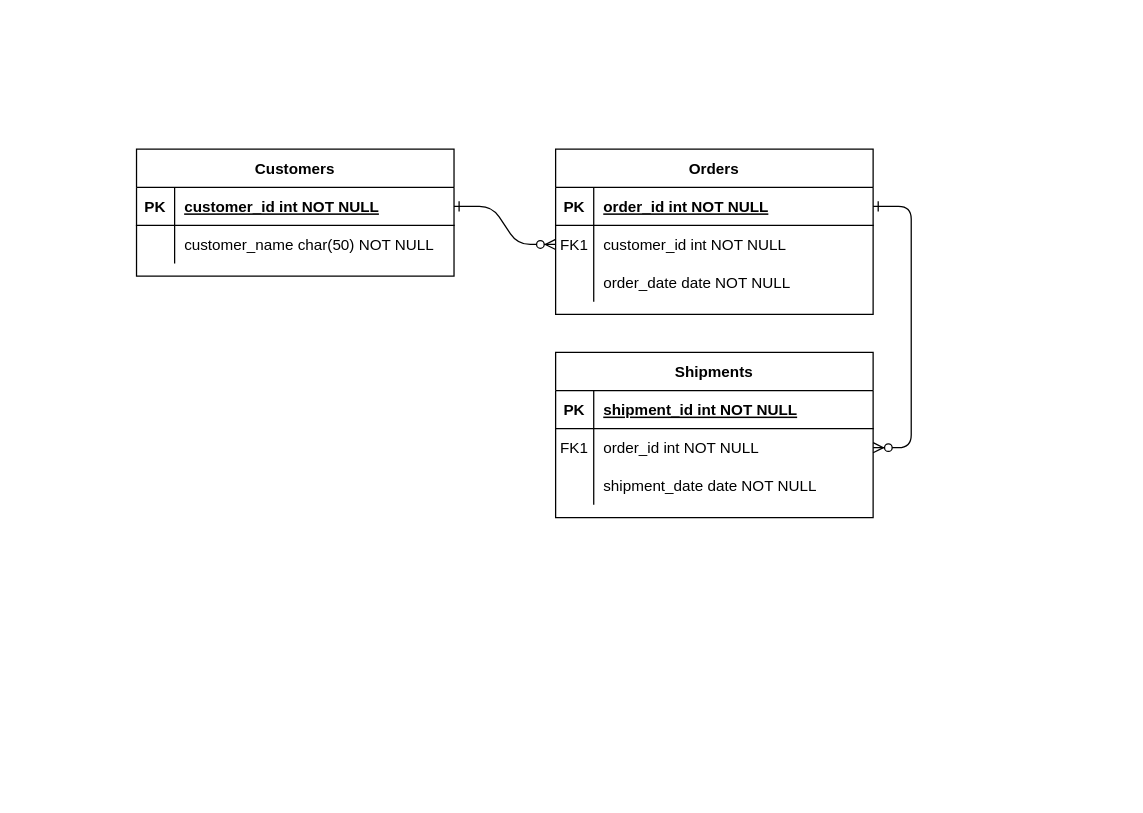
Above: Primary and FK Challenges.drawio in jordansaker/ERDs (draw.io), before the change. Source tidied: cells renumbered, new cells numbered last; positions are measured from the earlier drawing's top-left corner, leaving out a move shared by most shapes. Both pictures are drawn from the tidied source at 127%, with x=0, y=0 at pixel (136, 149).
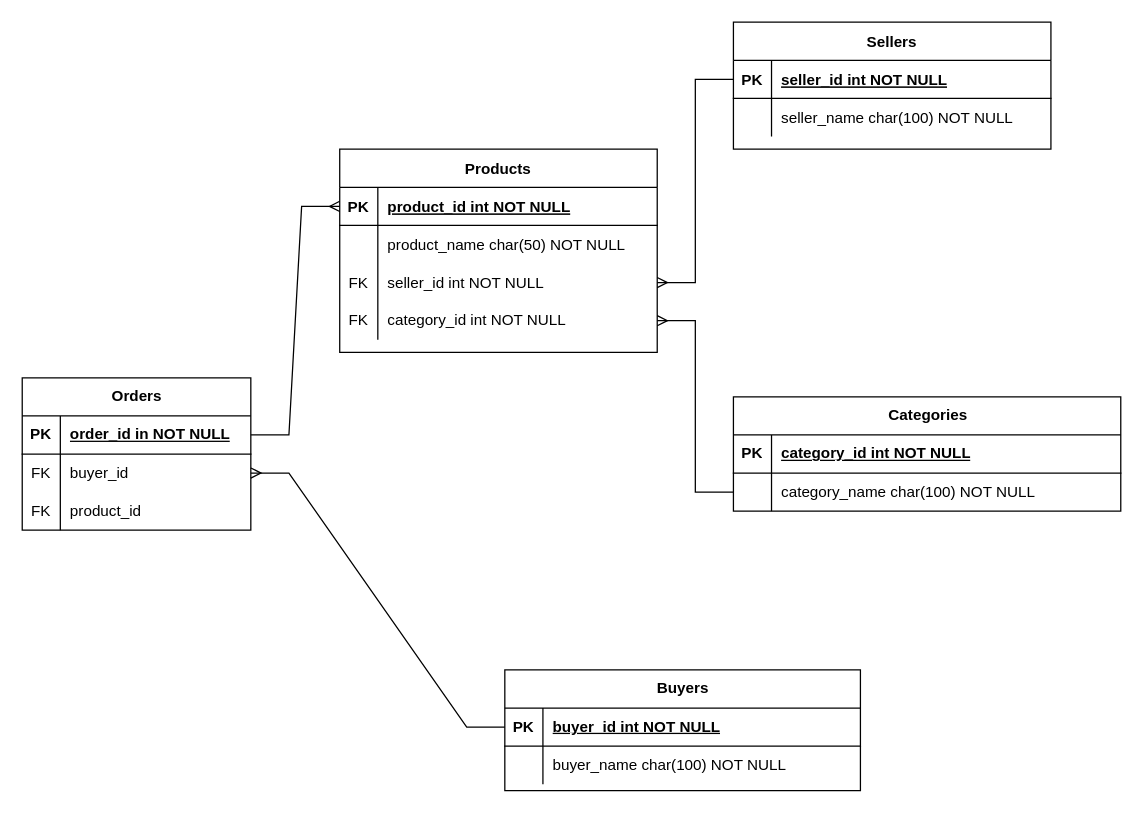
The same page after the edit.

The change refers to these unchanged cells:
```xml
<mxCell id="15" style="shape=partialRectangle;fillColor=none;points=[[0,0.5],[1,0.5]];portConstraint=eastwest;top=0;left=0;right=0;bottom=1;" parent="14" vertex="1">
  <mxGeometry y="30" width="250" height="30" as="geometry" />
</mxCell>
<mxCell id="25" style="shape=partialRectangle;fillColor=none;points=[[0,0.5],[1,0.5]];portConstraint=eastwest;top=0;left=0;right=0;bottom=1;" parent="24" vertex="1">
  <mxGeometry y="30" width="250" height="30" as="geometry" />
</mxCell>
<mxCell id="28" style="shape=partialRectangle;fillColor=none;top=0;left=0;right=0;bottom=0;" parent="24" vertex="1">
  <mxGeometry y="60" width="250" height="30" as="geometry" />
</mxCell>
```

What changed in the source:
```diff
@@
-    <mxCell id="2" style="edgeStyle=entityRelationEdgeStyle;endArrow=ERzeroToMany;startArrow=ERone;endFill=1;startFill=0;" parent="1" edge="1" source="25" target="8">
-      <mxGeometry relative="1" as="geometry" />
-    </mxCell>
-    <mxCell id="3" style="edgeStyle=entityRelationEdgeStyle;endArrow=ERzeroToMany;startArrow=ERone;endFill=1;startFill=0;" parent="1" edge="1" source="5" target="18">
-      <mxGeometry relative="1" as="geometry" />
-    </mxCell>
-    <mxCell id="4" value="Orders" style="shape=table;startSize=30;childLayout=tableLayout;rowLines=0;fontStyle=1;align=center;" parent="1" vertex="1">
-      <mxGeometry x="330" width="250" height="130" as="geometry" />
-    </mxCell>
-    <mxCell id="5" style="shape=partialRectangle;fillColor=none;points=[[0,0.5],[1,0.5]];portConstraint=eastwest;top=0;left=0;right=0;bottom=1;" parent="4" vertex="1">
-      <mxGeometry y="30" width="250" height="30" as="geometry" />
-    </mxCell>
-    <mxCell id="6" value="PK" style="shape=partialRectangle;overflow=hidden;fillColor=none;top=0;left=0;bottom=0;right=0;fontStyle=1;" parent="5" vertex="1">
-      <mxGeometry width="30" height="30" as="geometry" />
-    </mxCell>
-    <mxCell id="7" value="order_id int NOT NULL " style="shape=partialRectangle;overflow=hidden;fillColor=none;top=0;left=0;bottom=0;right=0;align=left;spacingLeft=6;fontStyle=5;" parent="5" vertex="1">
-      <mxGeometry x="30" width="220" height="30" as="geometry" />
-    </mxCell>
-    <mxCell id="8" style="shape=partialRectangle;fillColor=none;points=[[0,0.5],[1,0.5]];portConstraint=eastwest;top=0;left=0;right=0;bottom=0;" parent="4" vertex="1">
-      <mxGeometry y="60" width="250" height="30" as="geometry" />
-    </mxCell>
-    <mxCell id="9" value="FK1" style="shape=partialRectangle;overflow=hidden;fillColor=none;top=0;left=0;bottom=0;right=0;" parent="8" vertex="1">
-      <mxGeometry width="30" height="30" as="geometry" />
-    </mxCell>
-    <mxCell id="10" value="customer_id int NOT NULL" style="shape=partialRectangle;overflow=hidden;fillColor=none;top=0;left=0;bottom=0;right=0;align=left;spacingLeft=6;" parent="8" vertex="1">
-      <mxGeometry x="30" width="220" height="30" as="geometry" />
-    </mxCell>
-    <mxCell id="11" style="shape=partialRectangle;fillColor=none;top=0;left=0;right=0;bottom=0;" parent="4" vertex="1">
-      <mxGeometry y="90" width="250" height="30" as="geometry" />
-    </mxCell>
-    <mxCell id="12" style="shape=partialRectangle;overflow=hidden;fillColor=none;top=0;left=0;bottom=0;right=0;" parent="11" vertex="1">
-      <mxGeometry width="30" height="30" as="geometry" />
-    </mxCell>
-    <mxCell id="13" value="order_date date NOT NULL" style="shape=partialRectangle;overflow=hidden;fillColor=none;top=0;left=0;bottom=0;right=0;align=left;spacingLeft=6;" parent="11" vertex="1">
-      <mxGeometry x="30" width="220" height="30" as="geometry" />
-    </mxCell>
-    <mxCell id="14" value="Shipments" style="shape=table;startSize=30;childLayout=tableLayout;rowLines=0;fontStyle=1;align=center;" parent="1" vertex="1">
-      <mxGeometry x="330" y="160" width="250" height="130" as="geometry" />
+    <mxCell id="14" value="Sellers" style="shape=table;startSize=30;childLayout=tableLayout;rowLines=0;fontStyle=1;align=center;" parent="1" vertex="1">
+      <mxGeometry x="470" y="-100" width="250" height="100" as="geometry" />
     </mxCell>
@@
-    <mxCell id="17" value="shipment_id int NOT NULL " style="shape=partialRectangle;overflow=hidden;fillColor=none;top=0;left=0;bottom=0;right=0;align=left;spacingLeft=6;fontStyle=5;" parent="15" vertex="1">
+    <mxCell id="17" value="seller_id int NOT NULL " style="shape=partialRectangle;overflow=hidden;fillColor=none;top=0;left=0;bottom=0;right=0;align=left;spacingLeft=6;fontStyle=5;" parent="15" vertex="1">
       <mxGeometry x="30" width="220" height="30" as="geometry" />
     </mxCell>
-    <mxCell id="18" style="shape=partialRectangle;fillColor=none;points=[[0,0.5],[1,0.5]];portConstraint=eastwest;top=0;left=0;right=0;bottom=0;" parent="14" vertex="1">
-      <mxGeometry y="60" width="250" height="30" as="geometry" />
-    </mxCell>
-    <mxCell id="19" value="FK1" style="shape=partialRectangle;overflow=hidden;fillColor=none;top=0;left=0;bottom=0;right=0;" parent="18" vertex="1">
-      <mxGeometry width="30" height="30" as="geometry" />
-    </mxCell>
-    <mxCell id="20" value="order_id int NOT NULL" style="shape=partialRectangle;overflow=hidden;fillColor=none;top=0;left=0;bottom=0;right=0;align=left;spacingLeft=6;" parent="18" vertex="1">
-      <mxGeometry x="30" width="220" height="30" as="geometry" />
-    </mxCell>
     <mxCell id="21" style="shape=partialRectangle;fillColor=none;top=0;left=0;right=0;bottom=0;" parent="14" vertex="1">
-      <mxGeometry y="90" width="250" height="30" as="geometry" />
+      <mxGeometry y="60" width="250" height="30" as="geometry" />
     </mxCell>
@@
-    <mxCell id="23" value="shipment_date date NOT NULL" style="shape=partialRectangle;overflow=hidden;fillColor=none;top=0;left=0;bottom=0;right=0;align=left;spacingLeft=6;" parent="21" vertex="1">
+    <mxCell id="23" value="seller_name char(100) NOT NULL" style="shape=partialRectangle;overflow=hidden;fillColor=none;top=0;left=0;bottom=0;right=0;align=left;spacingLeft=6;" parent="21" vertex="1">
       <mxGeometry x="30" width="220" height="30" as="geometry" />
     </mxCell>
-    <mxCell id="24" value="Customers" style="shape=table;startSize=30;childLayout=tableLayout;rowLines=0;fontStyle=1;align=center;" parent="1" vertex="1">
-      <mxGeometry width="250" height="100" as="geometry" />
+    <mxCell id="24" value="Products" style="shape=table;startSize=30;childLayout=tableLayout;rowLines=0;fontStyle=1;align=center;" parent="1" vertex="1">
+      <mxGeometry x="160" width="250" height="160" as="geometry" />
     </mxCell>
@@
-    <mxCell id="27" value="customer_id int NOT NULL " style="shape=partialRectangle;overflow=hidden;fillColor=none;top=0;left=0;bottom=0;right=0;align=left;spacingLeft=6;fontStyle=5;" parent="25" vertex="1">
+    <mxCell id="27" value="product_id int NOT NULL " style="shape=partialRectangle;overflow=hidden;fillColor=none;top=0;left=0;bottom=0;right=0;align=left;spacingLeft=6;fontStyle=5;" parent="25" vertex="1">
       <mxGeometry x="30" width="220" height="30" as="geometry" />
     </mxCell>
@@
-    <mxCell id="30" value="customer_name char(50) NOT NULL" style="shape=partialRectangle;overflow=hidden;fillColor=none;top=0;left=0;bottom=0;right=0;align=left;spacingLeft=6;" parent="28" vertex="1">
+    <mxCell id="30" value="product_name char(50) NOT NULL" style="shape=partialRectangle;overflow=hidden;fillColor=none;top=0;left=0;bottom=0;right=0;align=left;spacingLeft=6;" parent="28" vertex="1">
       <mxGeometry x="30" width="220" height="30" as="geometry" />
     </mxCell>
+    <mxCell id="31" style="shape=tableRow;horizontal=0;startSize=0;swimlaneHead=0;swimlaneBody=0;fillColor=none;points=[[0,0.5],[1,0.5]];portConstraint=eastwest;top=0;left=0;right=0;bottom=0;" parent="24" vertex="1">
+      <mxGeometry y="90" width="250" height="30" as="geometry" />
+    </mxCell>
+    <mxCell id="32" value="FK" style="shape=partialRectangle;fillColor=none;top=0;left=0;bottom=0;right=0;overflow=hidden;" parent="31" vertex="1">
+      <mxGeometry width="30" height="30" as="geometry" />
+    </mxCell>
+    <mxCell id="33" value="seller_id int NOT NULL" style="shape=partialRectangle;fillColor=none;top=0;left=0;bottom=0;right=0;align=left;spacingLeft=6;overflow=hidden;" parent="31" vertex="1">
+      <mxGeometry x="30" width="220" height="30" as="geometry" />
+    </mxCell>
+    <mxCell id="34" style="shape=tableRow;horizontal=0;startSize=0;swimlaneHead=0;swimlaneBody=0;fillColor=none;points=[[0,0.5],[1,0.5]];portConstraint=eastwest;top=0;left=0;right=0;bottom=0;" parent="24" vertex="1">
+      <mxGeometry y="120" width="250" height="30" as="geometry" />
+    </mxCell>
+    <mxCell id="35" value="FK" style="shape=partialRectangle;fillColor=none;top=0;left=0;bottom=0;right=0;fontStyle=0;overflow=hidden;whiteSpace=wrap;html=1;" parent="34" vertex="1">
+      <mxGeometry width="30" height="30" as="geometry" />
+    </mxCell>
+    <mxCell id="36" value="category_id int NOT NULL" style="shape=partialRectangle;fillColor=none;top=0;left=0;bottom=0;right=0;align=left;spacingLeft=6;fontStyle=0;overflow=hidden;whiteSpace=wrap;html=1;" parent="34" vertex="1">
+      <mxGeometry x="30" width="220" height="30" as="geometry" />
+    </mxCell>
+    <mxCell id="4" value="Orders" style="shape=table;startSize=30;childLayout=tableLayout;rowLines=0;fontStyle=1;align=center;html=1;" parent="1" vertex="1">
+      <mxGeometry x="-90" y="180" width="180" height="120" as="geometry" />
+    </mxCell>
+    <mxCell id="37" style="shape=tableRow;horizontal=0;startSize=0;swimlaneHead=0;swimlaneBody=0;fillColor=none;points=[[0,0.5],[1,0.5]];portConstraint=eastwest;top=0;left=0;right=0;bottom=1;" parent="4" vertex="1">
+      <mxGeometry y="30" width="180" height="30" as="geometry" />
+    </mxCell>
+    <mxCell id="38" value="PK" style="shape=partialRectangle;fillColor=none;top=0;left=0;bottom=0;right=0;fontStyle=1;overflow=hidden;whiteSpace=wrap;html=1;" parent="37" vertex="1">
+      <mxGeometry width="30" height="30" as="geometry" />
+    </mxCell>
+    <mxCell id="39" value="order_id in NOT NULL" style="shape=partialRectangle;fillColor=none;top=0;left=0;bottom=0;right=0;align=left;spacingLeft=6;fontStyle=5;overflow=hidden;whiteSpace=wrap;html=1;" parent="37" vertex="1">
+      <mxGeometry x="30" width="150" height="30" as="geometry" />
+    </mxCell>
+    <mxCell id="40" style="shape=tableRow;horizontal=0;startSize=0;swimlaneHead=0;swimlaneBody=0;fillColor=none;points=[[0,0.5],[1,0.5]];portConstraint=eastwest;top=0;left=0;right=0;bottom=0;" parent="4" vertex="1">
+      <mxGeometry y="60" width="180" height="30" as="geometry" />
+    </mxCell>
+    <mxCell id="41" value="FK" style="shape=partialRectangle;fillColor=none;top=0;left=0;bottom=0;right=0;overflow=hidden;whiteSpace=wrap;html=1;" parent="40" vertex="1">
+      <mxGeometry width="30" height="30" as="geometry" />
+    </mxCell>
+    <mxCell id="42" value="buyer_id" style="shape=partialRectangle;fillColor=none;top=0;left=0;bottom=0;right=0;align=left;spacingLeft=6;overflow=hidden;whiteSpace=wrap;html=1;" parent="40" vertex="1">
+      <mxGeometry x="30" width="150" height="30" as="geometry" />
+    </mxCell>
+    <mxCell id="43" style="shape=tableRow;horizontal=0;startSize=0;swimlaneHead=0;swimlaneBody=0;fillColor=none;top=0;left=0;right=0;bottom=0;" parent="4" vertex="1">
+      <mxGeometry y="90" width="180" height="30" as="geometry" />
+    </mxCell>
+    <mxCell id="44" value="FK" style="shape=partialRectangle;fillColor=none;top=0;left=0;bottom=0;right=0;overflow=hidden;whiteSpace=wrap;html=1;" parent="43" vertex="1">
+      <mxGeometry width="30" height="30" as="geometry" />
+    </mxCell>
+    <mxCell id="45" value="product_id" style="shape=partialRectangle;fillColor=none;top=0;left=0;bottom=0;right=0;align=left;spacingLeft=6;overflow=hidden;whiteSpace=wrap;html=1;" parent="43" vertex="1">
+      <mxGeometry x="30" width="150" height="30" as="geometry" />
+    </mxCell>
+    <mxCell id="46" style="edgeStyle=entityRelationEdgeStyle;fontSize=12;html=1;endArrow=ERmany;rounded=0;entryX=1;entryY=0.5;entryDx=0;entryDy=0;exitX=0;exitY=0.5;exitDx=0;exitDy=0;" parent="1" edge="1" source="15" target="31">
+      <mxGeometry relative="1" as="geometry" />
+    </mxCell>
+    <mxCell id="47" value="Buyers" style="shape=table;startSize=30;childLayout=tableLayout;rowLines=0;fontStyle=1;align=center;html=1;" parent="1" vertex="1">
+      <mxGeometry x="290" y="410" width="280" height="95" as="geometry" />
+    </mxCell>
+    <mxCell id="48" style="shape=tableRow;horizontal=0;startSize=0;swimlaneHead=0;swimlaneBody=0;fillColor=none;points=[[0,0.5],[1,0.5]];portConstraint=eastwest;top=0;left=0;right=0;bottom=1;" parent="47" vertex="1">
+      <mxGeometry y="30" width="280" height="30" as="geometry" />
+    </mxCell>
+    <mxCell id="49" value="PK" style="shape=partialRectangle;fillColor=none;top=0;left=0;bottom=0;right=0;fontStyle=1;overflow=hidden;whiteSpace=wrap;html=1;" parent="48" vertex="1">
+      <mxGeometry width="30" height="30" as="geometry" />
+    </mxCell>
+    <mxCell id="50" value="buyer_id int NOT NULL" style="shape=partialRectangle;fillColor=none;top=0;left=0;bottom=0;right=0;align=left;spacingLeft=6;fontStyle=5;overflow=hidden;whiteSpace=wrap;html=1;" parent="48" vertex="1">
+      <mxGeometry x="30" width="250" height="30" as="geometry" />
+    </mxCell>
+    <mxCell id="51" style="shape=tableRow;horizontal=0;startSize=0;swimlaneHead=0;swimlaneBody=0;fillColor=none;top=0;left=0;right=0;bottom=0;" parent="47" vertex="1">
+      <mxGeometry y="60" width="280" height="30" as="geometry" />
+    </mxCell>
+    <mxCell id="52" style="shape=partialRectangle;fillColor=none;top=0;left=0;bottom=0;right=0;overflow=hidden;whiteSpace=wrap;html=1;" parent="51" vertex="1">
+      <mxGeometry width="30" height="30" as="geometry" />
+    </mxCell>
+    <mxCell id="53" value="buyer_name char(100) NOT NULL" style="shape=partialRectangle;fillColor=none;top=0;left=0;bottom=0;right=0;align=left;spacingLeft=6;overflow=hidden;whiteSpace=wrap;html=1;" parent="51" vertex="1">
+      <mxGeometry x="30" width="250" height="30" as="geometry" />
+    </mxCell>
+    <mxCell id="54" value="Categories" style="shape=table;startSize=30;childLayout=tableLayout;rowLines=0;fontStyle=1;align=center;html=1;" parent="1" vertex="1">
+      <mxGeometry x="470" y="195" width="305" height="90" as="geometry" />
+    </mxCell>
+    <mxCell id="55" style="shape=tableRow;horizontal=0;startSize=0;swimlaneHead=0;swimlaneBody=0;fillColor=none;top=0;left=0;right=0;bottom=1;" parent="54" vertex="1">
+      <mxGeometry y="30" width="305" height="30" as="geometry" />
+    </mxCell>
+    <mxCell id="56" value="PK" style="shape=partialRectangle;fillColor=none;top=0;left=0;bottom=0;right=0;fontStyle=1;overflow=hidden;whiteSpace=wrap;html=1;" parent="55" vertex="1">
+      <mxGeometry width="30" height="30" as="geometry" />
+    </mxCell>
+    <mxCell id="57" value="category_id int NOT NULL" style="shape=partialRectangle;fillColor=none;top=0;left=0;bottom=0;right=0;align=left;spacingLeft=6;fontStyle=5;overflow=hidden;whiteSpace=wrap;html=1;" parent="55" vertex="1">
+      <mxGeometry x="30" width="275" height="30" as="geometry" />
+    </mxCell>
+    <mxCell id="58" style="shape=tableRow;horizontal=0;startSize=0;swimlaneHead=0;swimlaneBody=0;fillColor=none;points=[[0,0.5],[1,0.5]];portConstraint=eastwest;top=0;left=0;right=0;bottom=0;" parent="54" vertex="1">
+      <mxGeometry y="60" width="305" height="30" as="geometry" />
+    </mxCell>
+    <mxCell id="59" style="shape=partialRectangle;fillColor=none;top=0;left=0;bottom=0;right=0;overflow=hidden;whiteSpace=wrap;html=1;" parent="58" vertex="1">
+      <mxGeometry width="30" height="30" as="geometry" />
+    </mxCell>
+    <mxCell id="60" value="category_name char(100) NOT NULL" style="shape=partialRectangle;fillColor=none;top=0;left=0;bottom=0;right=0;align=left;spacingLeft=6;overflow=hidden;whiteSpace=wrap;html=1;" parent="58" vertex="1">
+      <mxGeometry x="30" width="275" height="30" as="geometry" />
+    </mxCell>
+    <mxCell id="61" style="edgeStyle=entityRelationEdgeStyle;fontSize=12;html=1;endArrow=ERmany;rounded=0;entryX=1;entryY=0.5;entryDx=0;entryDy=0;exitX=0;exitY=0.5;exitDx=0;exitDy=0;" parent="1" edge="1" source="48" target="40">
+      <mxGeometry relative="1" as="geometry" />
+    </mxCell>
+    <mxCell id="62" style="edgeStyle=entityRelationEdgeStyle;fontSize=12;html=1;endArrow=ERmany;rounded=0;entryX=0;entryY=0.5;entryDx=0;entryDy=0;exitX=1;exitY=0.5;exitDx=0;exitDy=0;" parent="1" edge="1" source="37" target="25">
+      <mxGeometry relative="1" as="geometry" />
+    </mxCell>
+    <mxCell id="63" style="edgeStyle=entityRelationEdgeStyle;fontSize=12;html=1;endArrow=ERmany;rounded=0;exitX=0;exitY=0.5;exitDx=0;exitDy=0;entryX=1;entryY=0.5;entryDx=0;entryDy=0;" parent="1" edge="1" source="58" target="34">
+      <mxGeometry relative="1" as="geometry" />
+    </mxCell>
```
